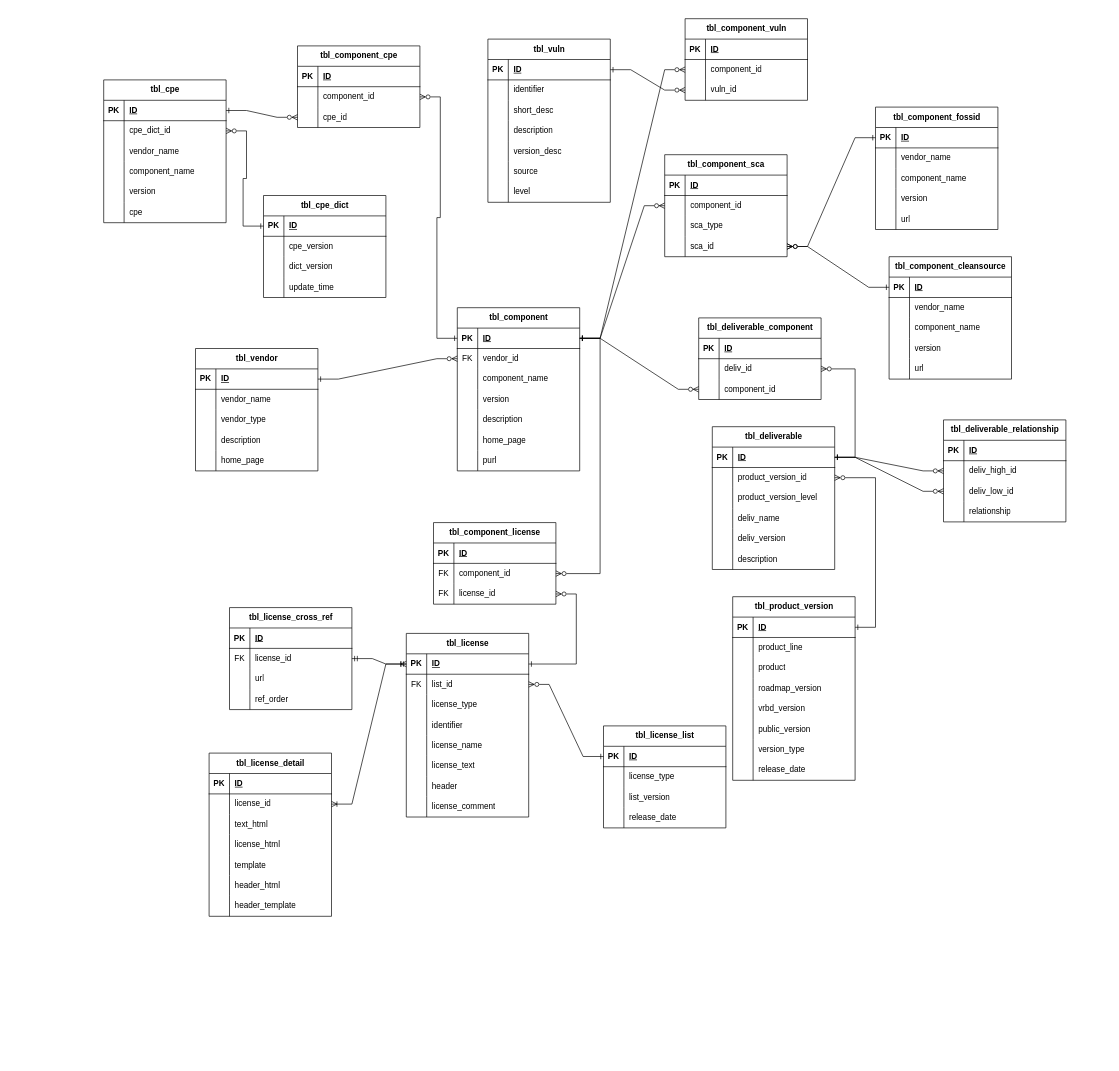
Before: sbom.drawio in twingao/flowchart, a draw.io diagram. Source tidied: cells renumbered, new cells numbered last; positions are measured from the earlier drawing's top-left corner, leaving out a move shared by most shapes. Both pictures are drawn from the tidied source at 68%, with x=0, y=0 at pixel (103, 18).
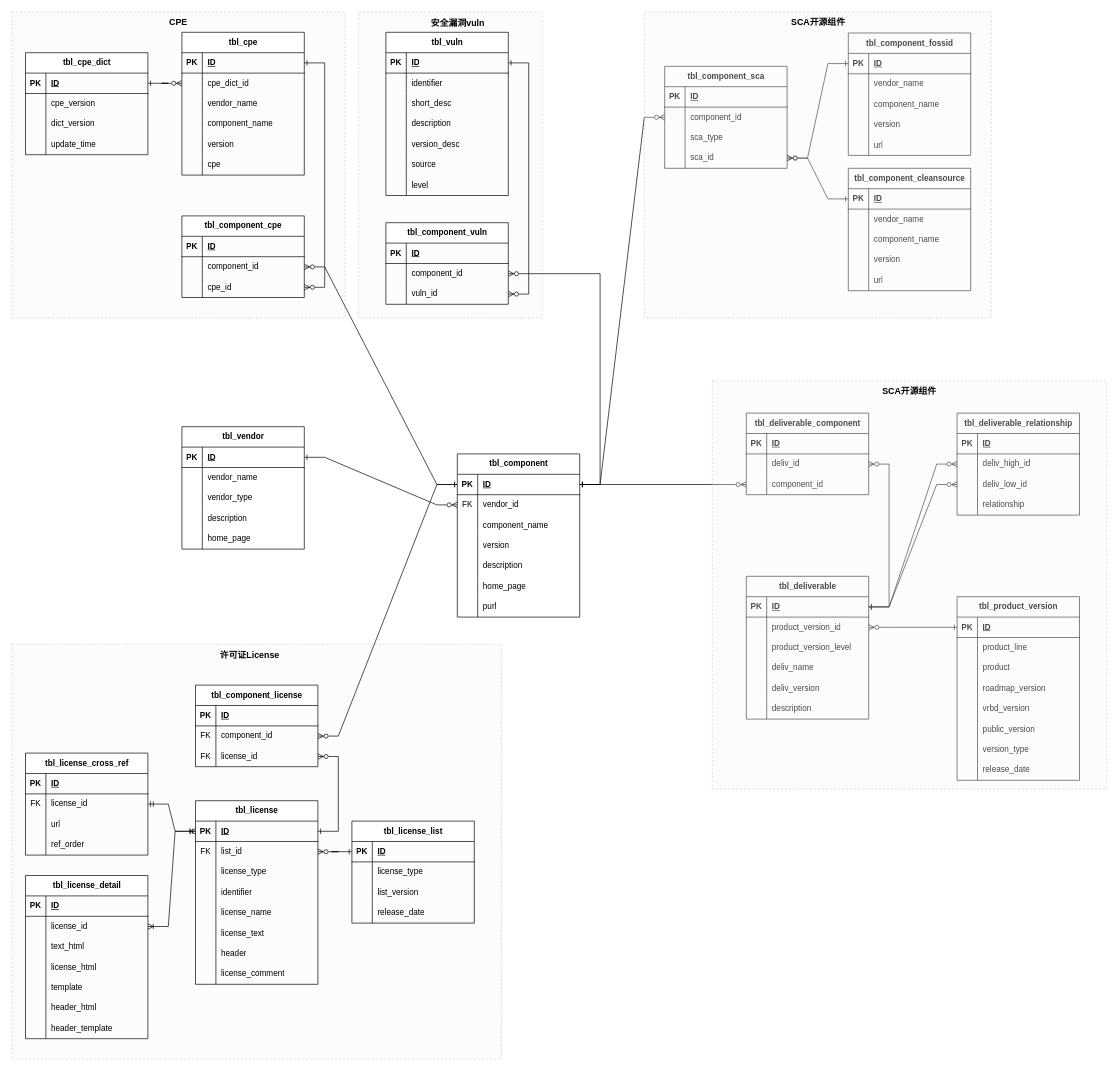
The same diagram, later.

Unchanged cells that the change refers to:
```xml
<mxCell id="130" style="shape=tableRow;horizontal=0;startSize=0;swimlaneHead=0;swimlaneBody=0;fillColor=none;points=[[0,0.5],[1,0.5]];portConstraint=eastwest;top=0;left=0;right=0;bottom=1;" parent="129" vertex="1">
  <mxGeometry y="30" width="180" height="30" as="geometry" />
</mxCell>
<mxCell id="133" style="shape=tableRow;horizontal=0;startSize=0;swimlaneHead=0;swimlaneBody=0;fillColor=none;points=[[0,0.5],[1,0.5]];portConstraint=eastwest;top=0;left=0;right=0;bottom=0;" parent="129" vertex="1">
  <mxGeometry y="60" width="180" height="30" as="geometry" />
</mxCell>
<mxCell id="149" style="shape=tableRow;horizontal=0;startSize=0;swimlaneHead=0;swimlaneBody=0;fillColor=none;points=[[0,0.5],[1,0.5]];portConstraint=eastwest;top=0;left=0;right=0;bottom=1;" parent="148" vertex="1">
  <mxGeometry y="30" width="180" height="30" as="geometry" />
</mxCell>
<mxCell id="168" style="shape=tableRow;horizontal=0;startSize=0;swimlaneHead=0;swimlaneBody=0;fillColor=none;points=[[0,0.5],[1,0.5]];portConstraint=eastwest;top=0;left=0;right=0;bottom=0;" parent="161" vertex="1">
  <mxGeometry y="90" width="180" height="30" as="geometry" />
</mxCell>
```

Change to the diagram source:
```diff
@@
+    <mxCell id="328" style="rounded=0;whiteSpace=wrap;html=1;opacity=30;fillColor=#f5f5f5;fontColor=#333333;strokeColor=#666666;strokeWidth=1;perimeterSpacing=0;dashed=1;" parent="1" vertex="1">
+      <mxGeometry x="-135" y="920" width="720" height="610" as="geometry" />
+    </mxCell>
+    <mxCell id="329" style="rounded=0;whiteSpace=wrap;html=1;opacity=30;fillColor=#f5f5f5;fontColor=#333333;strokeColor=#666666;strokeWidth=1;perimeterSpacing=0;dashed=1;" parent="1" vertex="1">
+      <mxGeometry x="375" y="-10" width="270" height="450" as="geometry" />
+    </mxCell>
+    <mxCell id="330" style="rounded=0;whiteSpace=wrap;html=1;opacity=30;fillColor=#f5f5f5;fontColor=#333333;strokeColor=#666666;strokeWidth=1;perimeterSpacing=0;dashed=1;" parent="1" vertex="1">
+      <mxGeometry x="-135" y="-10" width="490" height="450" as="geometry" />
+    </mxCell>
     <mxCell id="2" value="tbl_vendor" style="shape=table;startSize=30;childLayout=tableLayout;rowLines=0;fontStyle=1;align=center;html=1;" parent="1" vertex="1">
-      <mxGeometry x="135" y="485" width="180" height="180" as="geometry" />
+      <mxGeometry x="115" y="600" width="180" height="180" as="geometry" />
     </mxCell>
@@
     <mxCell id="18" value="tbl_component" style="shape=table;startSize=30;childLayout=tableLayout;rowLines=0;fontStyle=1;align=center;html=1;" parent="1" vertex="1">
-      <mxGeometry x="520" y="425" width="180" height="240" as="geometry" />
+      <mxGeometry x="520" y="640" width="180" height="240" as="geometry" />
     </mxCell>
@@
     <mxCell id="40" value="tbl_license_list" style="shape=table;startSize=30;childLayout=tableLayout;rowLines=0;fontStyle=1;align=center;html=1;" parent="1" vertex="1">
-      <mxGeometry x="735" y="1040" width="180" height="150" as="geometry" />
+      <mxGeometry x="365" y="1180" width="180" height="150" as="geometry" />
     </mxCell>
@@
     <mxCell id="53" value="tbl_license" style="shape=table;startSize=30;childLayout=tableLayout;rowLines=0;fontStyle=1;align=center;html=1;" parent="1" vertex="1">
-      <mxGeometry x="445" y="904" width="180" height="270" as="geometry" />
+      <mxGeometry x="135" y="1150" width="180" height="270" as="geometry" />
     </mxCell>
@@
     <mxCell id="78" value="tbl_license_detail" style="shape=table;startSize=30;childLayout=tableLayout;rowLines=0;fontStyle=1;align=center;html=1;" parent="1" vertex="1">
-      <mxGeometry x="155" y="1080" width="180" height="240" as="geometry" />
+      <mxGeometry x="-115" y="1260" width="180" height="240" as="geometry" />
     </mxCell>
@@
     <mxCell id="100" value="tbl_license_cross_ref" style="shape=table;startSize=30;childLayout=tableLayout;rowLines=0;fontStyle=1;align=center;html=1;" parent="1" vertex="1">
-      <mxGeometry x="185" y="866" width="180" height="150" as="geometry" />
+      <mxGeometry x="-115" y="1080" width="180" height="150" as="geometry" />
     </mxCell>
@@
     <mxCell id="115" value="tbl_component_license" style="shape=table;startSize=30;childLayout=tableLayout;rowLines=0;fontStyle=1;align=center;html=1;" parent="1" vertex="1">
-      <mxGeometry x="485" y="741" width="180" height="120" as="geometry" />
+      <mxGeometry x="135" y="980" width="180" height="120" as="geometry" />
     </mxCell>
@@
     <mxCell id="129" value="tbl_cpe" style="shape=table;startSize=30;childLayout=tableLayout;rowLines=0;fontStyle=1;align=center;html=1;" parent="1" vertex="1">
-      <mxGeometry y="90" width="180" height="210" as="geometry" />
+      <mxGeometry x="115" y="20" width="180" height="210" as="geometry" />
     </mxCell>
@@
     <mxCell id="148" value="tbl_cpe_dict" style="shape=table;startSize=30;childLayout=tableLayout;rowLines=0;fontStyle=1;align=center;html=1;" parent="1" vertex="1">
-      <mxGeometry x="235" y="260" width="180" height="150" as="geometry" />
+      <mxGeometry x="-115" y="50" width="180" height="150" as="geometry" />
     </mxCell>
@@
     <mxCell id="161" value="tbl_component_cpe" style="shape=table;startSize=30;childLayout=tableLayout;rowLines=0;fontStyle=1;align=center;html=1;" parent="1" vertex="1">
-      <mxGeometry x="285" y="40" width="180" height="120" as="geometry" />
+      <mxGeometry x="115" y="290" width="180" height="120" as="geometry" />
     </mxCell>
@@
     <mxCell id="172" style="edgeStyle=entityRelationEdgeStyle;fontSize=12;html=1;endArrow=ERone;startArrow=ERzeroToMany;rounded=0;startFill=0;endFill=0;" parent="1" edge="1" source="168" target="130">
       <mxGeometry relative="1" as="geometry">
         <Array as="points">
-          <mxPoint x="1080" y="423" />
-          <mxPoint x="870" y="390" />
+          <mxPoint x="638" y="418" />
+          <mxPoint x="428" y="385" />
         </Array>
       </mxGeometry>
     </mxCell>
     <mxCell id="173" style="edgeStyle=entityRelationEdgeStyle;fontSize=12;html=1;endArrow=ERone;startArrow=ERzeroToMany;rounded=0;startFill=0;endFill=0;" parent="1" edge="1" source="133" target="149">
       <mxGeometry relative="1" as="geometry">
         <Array as="points">
-          <mxPoint x="930" y="543" />
+          <mxPoint x="748" y="543" />
         </Array>
       </mxGeometry>
     </mxCell>
     <mxCell id="174" value="tbl_vuln" style="shape=table;startSize=30;childLayout=tableLayout;rowLines=0;fontStyle=1;align=center;html=1;" parent="1" vertex="1">
-      <mxGeometry x="565" y="30" width="180" height="240" as="geometry" />
+      <mxGeometry x="415" y="20" width="180" height="240" as="geometry" />
     </mxCell>
@@
     <mxCell id="196" value="tbl_component_vuln" style="shape=table;startSize=30;childLayout=tableLayout;rowLines=0;fontStyle=1;align=center;html=1;" parent="1" vertex="1">
-      <mxGeometry x="855" width="180" height="120" as="geometry" />
+      <mxGeometry x="415" y="300" width="180" height="120" as="geometry" />
     </mxCell>
@@
     <mxCell id="208" value="tbl_component_fossid" style="shape=table;startSize=30;childLayout=tableLayout;rowLines=0;fontStyle=1;align=center;html=1;" parent="1" vertex="1">
-      <mxGeometry x="1135" y="130" width="180" height="180" as="geometry" />
+      <mxGeometry x="1095" y="21" width="180" height="180" as="geometry" />
     </mxCell>
@@
     <mxCell id="224" value="tbl_component_sca" style="shape=table;startSize=30;childLayout=tableLayout;rowLines=0;fontStyle=1;align=center;html=1;" parent="1" vertex="1">
-      <mxGeometry x="825" y="200" width="180" height="150" as="geometry" />
+      <mxGeometry x="825" y="70" width="180" height="150" as="geometry" />
     </mxCell>
@@
     <mxCell id="239" value="tbl_component_cleansource" style="shape=table;startSize=30;childLayout=tableLayout;rowLines=0;fontStyle=1;align=center;html=1;" parent="1" vertex="1">
-      <mxGeometry x="1155" y="350" width="180" height="180" as="geometry" />
+      <mxGeometry x="1095" y="220" width="180" height="180" as="geometry" />
     </mxCell>
@@
     <mxCell id="256" value="tbl_product_version" style="shape=table;startSize=30;childLayout=tableLayout;rowLines=0;fontStyle=1;align=center;html=1;" parent="1" vertex="1">
-      <mxGeometry x="925" y="850" width="180" height="270" as="geometry" />
+      <mxGeometry x="1255" y="850" width="180" height="270" as="geometry" />
     </mxCell>
@@
     <mxCell id="281" value="tbl_deliverable" style="shape=table;startSize=30;childLayout=tableLayout;rowLines=0;fontStyle=1;align=center;html=1;" parent="1" vertex="1">
-      <mxGeometry x="895" y="600" width="180" height="210" as="geometry" />
+      <mxGeometry x="945" y="820" width="180" height="210" as="geometry" />
     </mxCell>
@@
     <mxCell id="301" value="tbl_deliverable_relationship" style="shape=table;startSize=30;childLayout=tableLayout;rowLines=0;fontStyle=1;align=center;html=1;" parent="1" vertex="1">
-      <mxGeometry x="1235" y="590" width="180" height="150" as="geometry" />
+      <mxGeometry x="1255" y="580" width="180" height="150" as="geometry" />
     </mxCell>
@@
     <mxCell id="316" value="tbl_deliverable_component" style="shape=table;startSize=30;childLayout=tableLayout;rowLines=0;fontStyle=1;align=center;html=1;" parent="1" vertex="1">
-      <mxGeometry x="875" y="440" width="180" height="120" as="geometry" />
+      <mxGeometry x="945" y="580" width="180" height="120" as="geometry" />
     </mxCell>
@@
+    <mxCell id="331" value="CPE" style="text;html=1;strokeColor=none;fillColor=none;align=center;verticalAlign=middle;whiteSpace=wrap;rounded=0;fontStyle=1;fontSize=13;" parent="1" vertex="1">
+      <mxGeometry x="80" y="-10" width="60" height="30" as="geometry" />
+    </mxCell>
+    <mxCell id="332" style="rounded=0;whiteSpace=wrap;html=1;opacity=30;fillColor=#f5f5f5;fontColor=#333333;strokeColor=#666666;strokeWidth=1;perimeterSpacing=0;dashed=1;" parent="1" vertex="1">
+      <mxGeometry x="795" y="-10" width="510" height="450" as="geometry" />
+    </mxCell>
+    <mxCell id="333" value="安全漏洞vuln" style="text;html=1;strokeColor=none;fillColor=none;align=center;verticalAlign=middle;whiteSpace=wrap;rounded=0;fontStyle=1;fontSize=13;" parent="1" vertex="1">
+      <mxGeometry x="477" y="-9" width="88" height="30" as="geometry" />
+    </mxCell>
+    <mxCell id="334" value="SCA开源组件" style="text;html=1;strokeColor=none;fillColor=none;align=center;verticalAlign=middle;whiteSpace=wrap;rounded=0;fontStyle=1;fontSize=13;" parent="1" vertex="1">
+      <mxGeometry x="1007" y="-10" width="88" height="30" as="geometry" />
+    </mxCell>
+    <mxCell id="335" style="rounded=0;whiteSpace=wrap;html=1;opacity=30;fillColor=#f5f5f5;fontColor=#333333;strokeColor=#666666;strokeWidth=1;perimeterSpacing=0;dashed=1;" parent="1" vertex="1">
+      <mxGeometry x="895" y="533" width="580" height="600" as="geometry" />
+    </mxCell>
+    <mxCell id="336" value="SCA开源组件" style="text;html=1;strokeColor=none;fillColor=none;align=center;verticalAlign=middle;whiteSpace=wrap;rounded=0;fontStyle=1;fontSize=13;" parent="1" vertex="1">
+      <mxGeometry x="1141" y="533" width="88" height="30" as="geometry" />
+    </mxCell>
+    <mxCell id="337" value="许可证License" style="text;html=1;strokeColor=none;fillColor=none;align=center;verticalAlign=middle;whiteSpace=wrap;rounded=0;fontStyle=1;fontSize=13;" parent="1" vertex="1">
+      <mxGeometry x="165" y="920" width="100" height="30" as="geometry" />
+    </mxCell>
```
